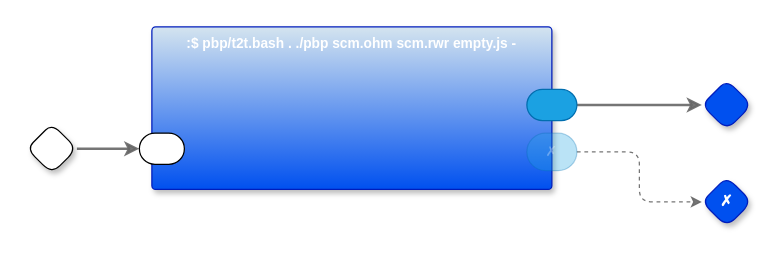
The draw.io diagram page "To Javascript" (2 of 2) of p6.drawio in guitarvydas/p6, before the edit. Source tidied: cells renumbered, new cells numbered last; positions are measured from the earlier drawing's top-left corner, leaving out a move shared by most shapes. Both pictures are drawn from the tidied source at 125%, with x=0, y=0 at pixel (26, 26).
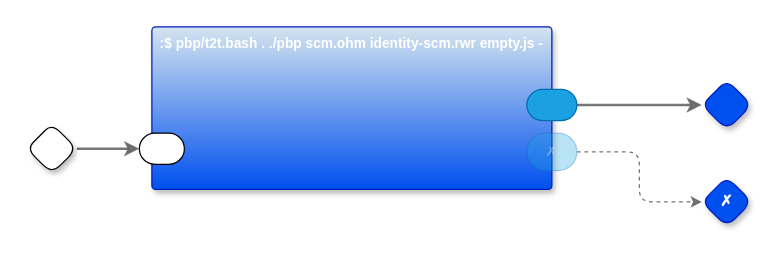
After the change.

The edit, as a diff of the source:
```diff
@@
 <mxGraphModel>
   <root>
     <mxCell id="0" />
     <mxCell id="1" parent="0" />
     <mxCell id="2" style="edgeStyle=orthogonalEdgeStyle;shape=connector;rounded=1;jumpStyle=arc;jettySize=auto;html=1;exitX=1;exitY=0.5;exitDx=0;exitDy=0;exitPerimeter=0;entryX=0;entryY=0.5;entryDx=0;entryDy=0;entryPerimeter=0;labelBackgroundColor=default;strokeColor=#666666;strokeWidth=2;fontFamily=Helvetica;fontSize=11;fontColor=default;endArrow=classic;fillColor=#f5f5f5;opacity=90;" parent="1" edge="1" source="3" target="9">
       <mxGeometry relative="1" as="geometry" />
     </mxCell>
     <mxCell id="3" style="rhombus;whiteSpace=wrap;html=1;rounded=1;fontStyle=1;glass=0;sketch=0;fontSize=12;points=[[0,0.5,0,0,0],[0.5,0,0,0,0],[0.5,1,0,0,0],[1,0.5,0,0,0]];shadow=1;fontFamily=Helvetica;fontColor=default;" parent="1" vertex="1">
       <mxGeometry y="77.5" width="40" height="40" as="geometry" />
     </mxCell>
     <mxCell id="4" style="rhombus;whiteSpace=wrap;html=1;rounded=1;fillColor=#0050ef;fontColor=#ffffff;strokeColor=#001DBC;fontStyle=1;glass=0;sketch=0;fontSize=12;points=[[0,0.5,0,0,0],[0.5,0,0,0,0],[0.5,1,0,0,0],[1,0.5,0,0,0]];shadow=1;fontFamily=Helvetica;" parent="1" vertex="1">
       <mxGeometry x="540" y="42.5" width="40" height="40" as="geometry" />
     </mxCell>
     <mxCell id="5" style="edgeStyle=orthogonalEdgeStyle;shape=connector;rounded=1;jumpStyle=arc;jettySize=auto;html=1;exitX=1;exitY=0.5;exitDx=0;exitDy=0;exitPerimeter=0;entryX=0;entryY=0.5;entryDx=0;entryDy=0;entryPerimeter=0;labelBackgroundColor=default;strokeColor=#666666;strokeWidth=2;fontFamily=Helvetica;fontSize=11;fontColor=default;endArrow=classic;fillColor=#f5f5f5;opacity=90;" parent="1" edge="1" source="10" target="4">
       <mxGeometry relative="1" as="geometry" />
     </mxCell>
     <mxCell id="6" value="✗" style="rhombus;whiteSpace=wrap;html=1;rounded=1;fillColor=#0050ef;fontColor=#ffffff;strokeColor=#001DBC;fontStyle=1;glass=0;sketch=0;fontSize=12;points=[[0,0.5,0,0,0],[0.5,0,0,0,0],[0.5,1,0,0,0],[1,0.5,0,0,0]];shadow=1;fontFamily=Helvetica;" parent="1" vertex="1">
       <mxGeometry x="540" y="120" width="40" height="40" as="geometry" />
     </mxCell>
     <mxCell id="7" style="edgeStyle=orthogonalEdgeStyle;shape=connector;rounded=1;jumpStyle=arc;jettySize=auto;html=1;exitX=1;exitY=0.5;exitDx=0;exitDy=0;exitPerimeter=0;entryX=0;entryY=0.5;entryDx=0;entryDy=0;entryPerimeter=0;labelBackgroundColor=default;strokeColor=#666666;strokeWidth=1;fontFamily=Helvetica;fontSize=11;fontColor=default;endArrow=classic;fillColor=#f5f5f5;opacity=90;dashed=1;" parent="1" edge="1" source="11" target="6">
       <mxGeometry relative="1" as="geometry" />
     </mxCell>
-    <mxCell id="8" value=":$ pbp/t2t.bash . ./pbp scm.ohm scm.rwr empty.js -" style="rounded=1;whiteSpace=wrap;html=1;sketch=0;verticalAlign=top;arcSize=6;fontStyle=1;absoluteArcSize=1;shadow=1;strokeColor=#001DBC;fillColor=#D4E4EF;fontColor=#ffffff;fontFamily=Helvetica;fontSize=11;gradientColor=#0050EF;" parent="1" vertex="1">
+    <mxCell id="8" value=":$ pbp/t2t.bash . ./pbp scm.ohm identity-scm.rwr empty.js -" style="rounded=1;whiteSpace=wrap;html=1;sketch=0;verticalAlign=top;arcSize=6;fontStyle=1;absoluteArcSize=1;shadow=1;strokeColor=#001DBC;fillColor=#D4E4EF;fontColor=#ffffff;fontFamily=Helvetica;fontSize=11;gradientColor=#0050EF;" parent="1" vertex="1">
       <mxGeometry x="100" width="320" height="130" as="geometry" />
     </mxCell>
     <mxCell id="9" style="rounded=1;whiteSpace=wrap;html=1;sketch=0;points=[[0,0.5,0,0,0],[1,0.5,0,0,0]];arcSize=50;fontFamily=Helvetica;fontSize=11;fontColor=default;" parent="8" vertex="1">
       <mxGeometry x="-10" y="85" width="36" height="25" as="geometry" />
     </mxCell>
     <mxCell id="10" style="rounded=1;whiteSpace=wrap;html=1;sketch=0;points=[[0,0.5,0,0,0],[1,0.5,0,0,0]];fillColor=#1ba1e2;fontColor=#ffffff;strokeColor=#006EAF;arcSize=50;fontFamily=Helvetica;fontSize=11;" parent="8" vertex="1">
       <mxGeometry x="300" y="50" width="40" height="25" as="geometry" />
     </mxCell>
     <mxCell id="11" value="✗" style="rounded=1;whiteSpace=wrap;html=1;sketch=0;points=[[0,0.5,0,0,0],[1,0.5,0,0,0]];fillColor=#1ba1e2;fontColor=#ffffff;strokeColor=#006EAF;arcSize=50;fontFamily=Helvetica;fontSize=11;opacity=30;textOpacity=30;" parent="8" vertex="1">
       <mxGeometry x="300" y="85" width="40" height="30" as="geometry" />
     </mxCell>
   </root>
 </mxGraphModel>
```
